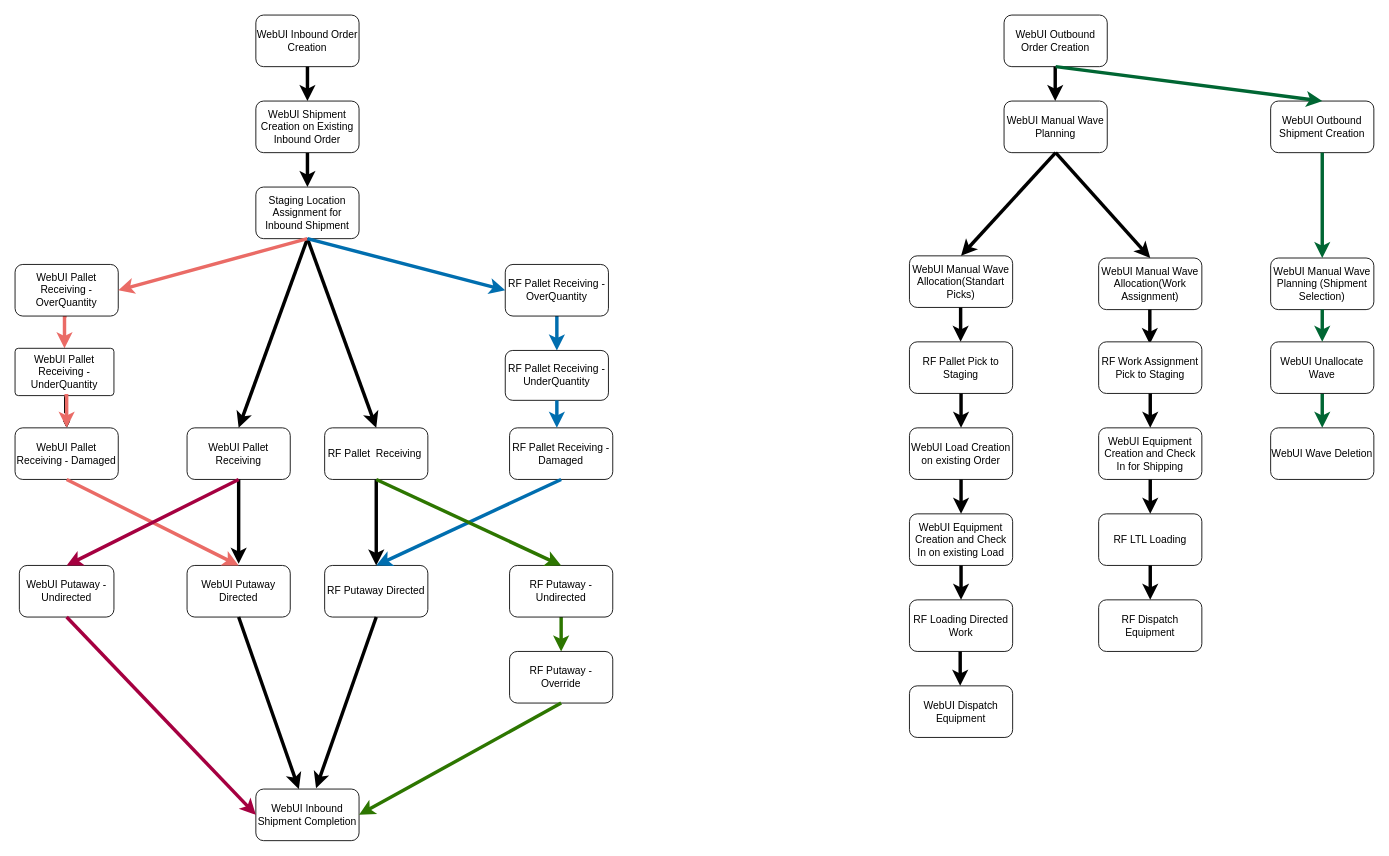
Earlier version of the draw.io diagram Superman&DrStrange.drawio (Natali1429/DIA). Source tidied: cells renumbered, new cells numbered last; positions are measured from the earlier drawing's top-left corner, leaving out a move shared by most shapes. Both pictures are drawn from the tidied source at 86%, with x=0, y=0 at pixel (15, 15).
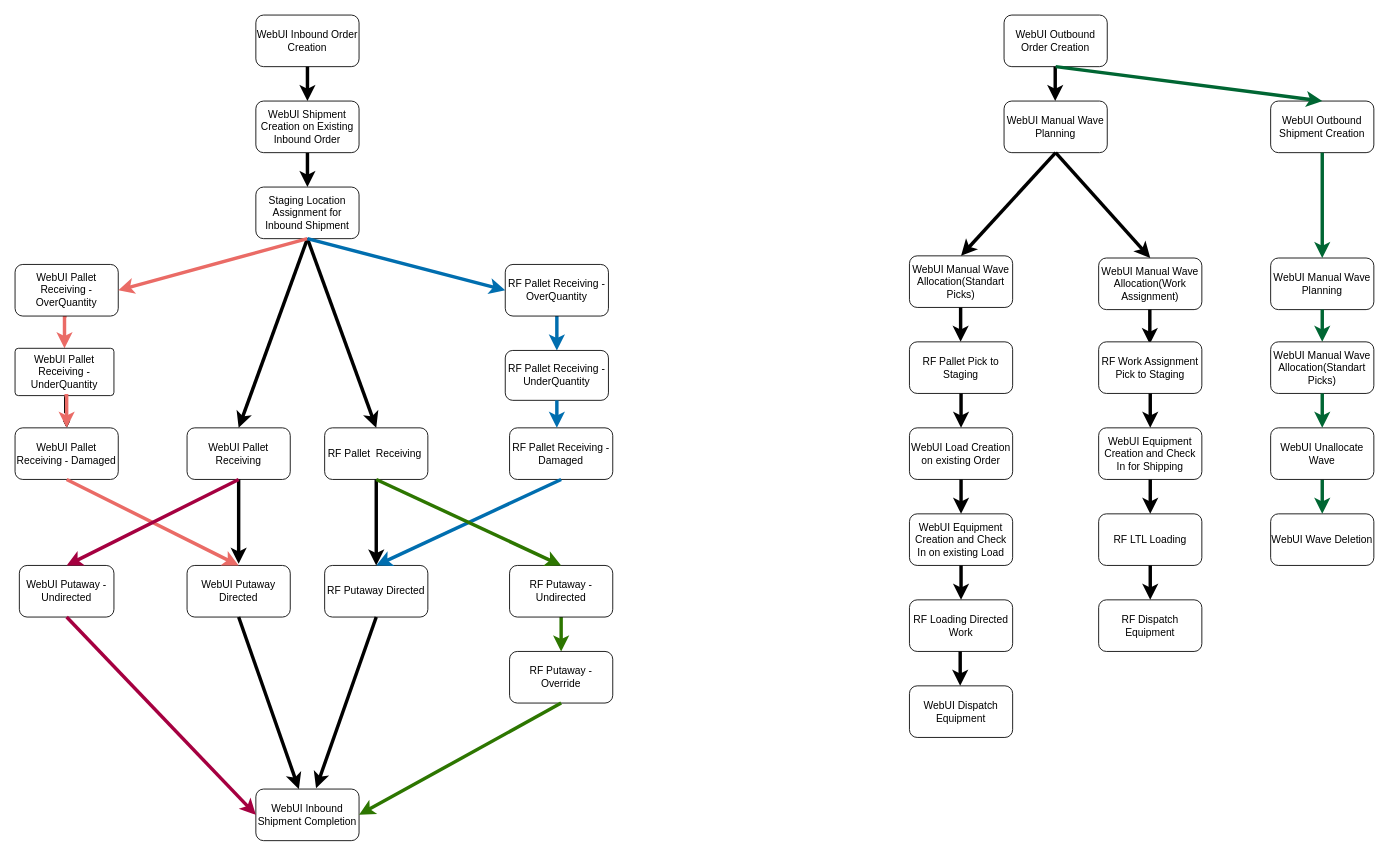
Above is the later version.

The edit, as a diff of the source:
```diff
@@
-    <mxCell id="68" value="WebUI Manual Wave Planning (Shipment Selection)" style="rounded=1;whiteSpace=wrap;html=1;" parent="1" vertex="1">
+    <mxCell id="68" value="WebUI Manual Wave Planning" style="rounded=1;whiteSpace=wrap;html=1;" parent="1" vertex="1">
       <mxGeometry x="1460" y="282.5" width="120" height="60" as="geometry" />
     </mxCell>
@@
     <mxCell id="70" value="WebUI Unallocate Wave" style="rounded=1;whiteSpace=wrap;html=1;" parent="1" vertex="1">
-      <mxGeometry x="1460" y="380" width="120" height="60" as="geometry" />
+      <mxGeometry x="1460" y="480" width="120" height="60" as="geometry" />
     </mxCell>
     <mxCell id="71" value="WebUI Wave Deletion" style="rounded=1;whiteSpace=wrap;html=1;" parent="1" vertex="1">
-      <mxGeometry x="1460" y="480" width="120" height="60" as="geometry" />
+      <mxGeometry x="1460" y="580" width="120" height="60" as="geometry" />
     </mxCell>
@@
-    <mxCell id="74" style="endArrow=classic;html=1;exitX=0.5;exitY=1;exitDx=0;exitDy=0;strokeWidth=4;strokeColor=#006633;" parent="1" edge="1" source="68" target="70">
+    <mxCell id="74" style="endArrow=classic;html=1;exitX=0.5;exitY=1;exitDx=0;exitDy=0;strokeWidth=4;strokeColor=#006633;entryX=0.5;entryY=0;entryDx=0;entryDy=0;" parent="1" edge="1" source="68" target="75">
       <mxGeometry relative="1" as="geometry" />
     </mxCell>
+    <mxCell id="75" value="WebUI Manual Wave Allocation(Standart Picks)" style="rounded=1;whiteSpace=wrap;html=1;" parent="1" vertex="1">
+      <mxGeometry x="1460" y="380" width="120" height="60" as="geometry" />
+    </mxCell>
+    <mxCell id="76" style="endArrow=classic;html=1;exitX=0.5;exitY=1;exitDx=0;exitDy=0;strokeWidth=4;strokeColor=#006633;exitPerimeter=0;" parent="1" edge="1" source="75">
+      <mxGeometry relative="1" as="geometry">
+        <mxPoint x="1520" y="480" as="targetPoint" />
+      </mxGeometry>
+    </mxCell>
```
